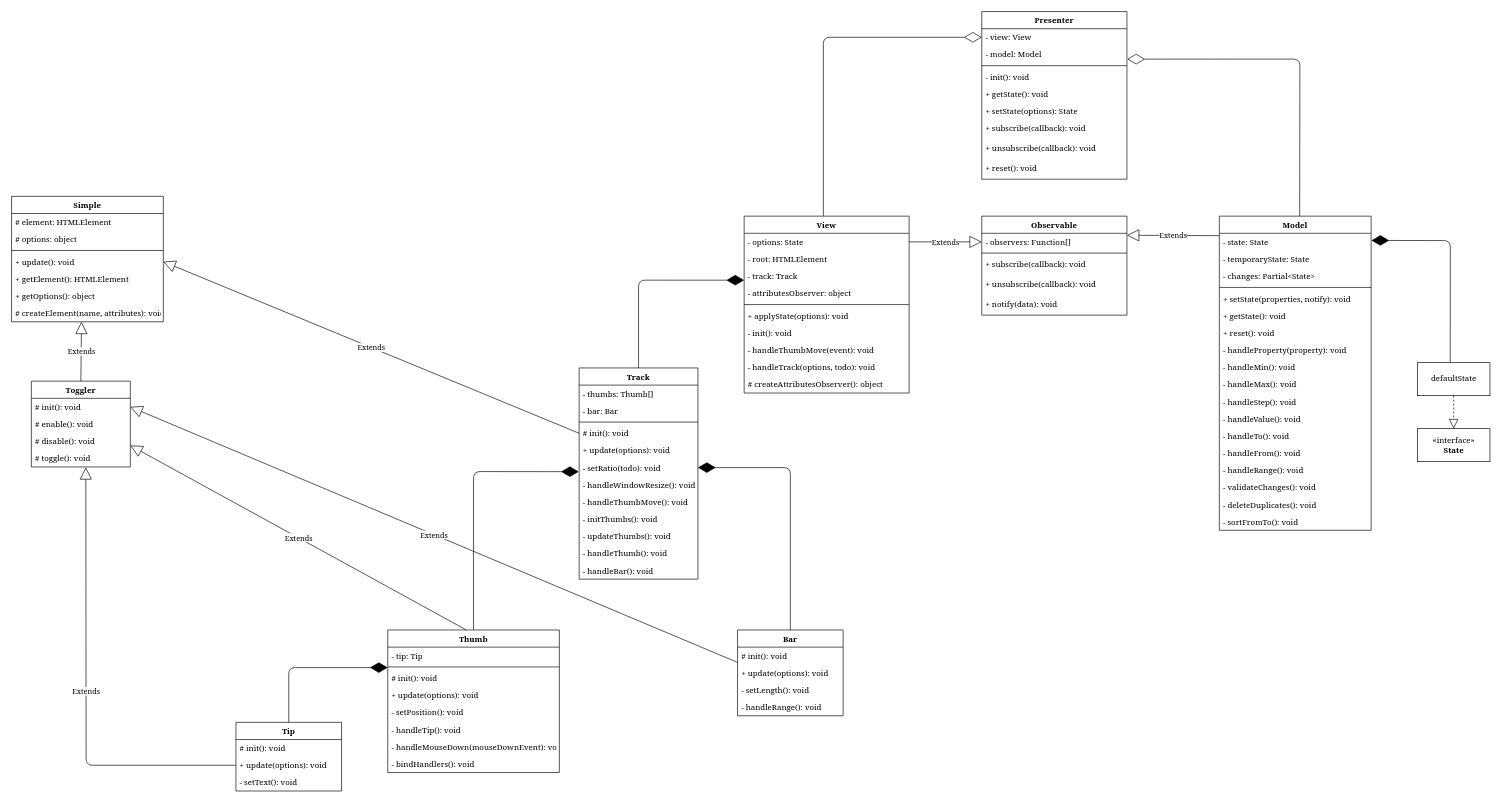
Above: storage/diagram.drawio in AkhmadBabaev/ordinary-slider (draw.io), before the change. Source tidied: cells renumbered, new cells numbered last; positions are measured from the earlier drawing's top-left corner, leaving out a move shared by most shapes. Both pictures are drawn from the tidied source at 66%, with x=0, y=0 at pixel (11, 11).
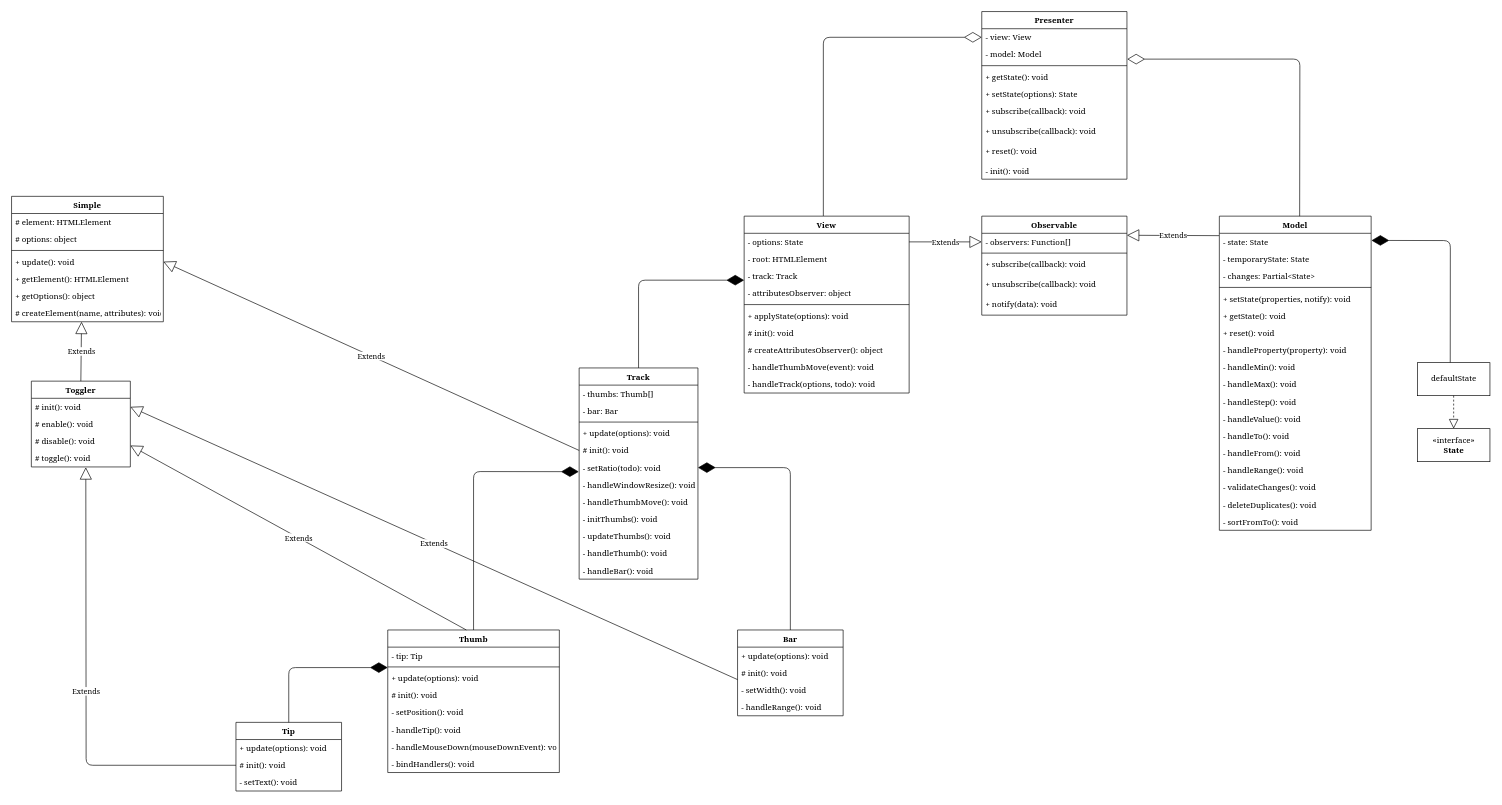
The same diagram, later.

Unchanged cells that the change refers to:
```xml
<mxCell id="2" value="Track" style="swimlane;fontStyle=1;align=center;verticalAlign=top;horizontal=1;startSize=26;labelBackgroundColor=#ffffff;gradientColor=none;snapToPoint=0;fontFamily=Georgia;" parent="1" vertex="1">
  <mxGeometry x="860" y="540" width="180" height="320" as="geometry" />
</mxCell>
<mxCell id="15" value="Thumb" style="swimlane;fontStyle=1;align=center;verticalAlign=top;horizontal=1;startSize=26;labelBackgroundColor=#ffffff;gradientColor=none;snapToPoint=0;fontFamily=Georgia;" parent="1" vertex="1">
  <mxGeometry x="570" y="937" width="260" height="216" as="geometry" />
</mxCell>
<mxCell id="24" value="Bar" style="swimlane;fontStyle=1;align=center;verticalAlign=top;horizontal=1;startSize=26;labelBackgroundColor=#ffffff;gradientColor=none;snapToPoint=0;fontFamily=Georgia;" parent="1" vertex="1">
  <mxGeometry x="1100" y="937" width="160" height="130" as="geometry" />
</mxCell>
<mxCell id="29" value="Tip" style="swimlane;fontStyle=1;align=center;verticalAlign=top;horizontal=1;startSize=26;labelBackgroundColor=#ffffff;gradientColor=none;snapToPoint=0;fontFamily=Georgia;" parent="1" vertex="1">
  <mxGeometry x="340" y="1077" width="160" height="104" as="geometry" />
</mxCell>
<mxCell id="63" value="Presenter" style="swimlane;fontStyle=1;align=center;verticalAlign=top;horizontal=1;startSize=26;labelBackgroundColor=#ffffff;gradientColor=none;fontFamily=Georgia;" parent="1" vertex="1">
  <mxGeometry x="1470" width="220" height="254" as="geometry" />
</mxCell>
<mxCell id="73" value="View" style="swimlane;fontStyle=1;align=center;verticalAlign=top;horizontal=1;startSize=26;fillColor=none;gradientColor=none;snapToPoint=0;fontFamily=Georgia;" parent="1" vertex="1">
  <mxGeometry x="1110" y="310" width="250" height="268" as="geometry" />
</mxCell>
<mxCell id="96" value="# toggle(): void" style="text;strokeColor=none;fillColor=none;align=left;verticalAlign=top;spacingLeft=4;spacingRight=4;overflow=hidden;points=[[0,0.5],[1,0.5]];portConstraint=eastwest;snapToPoint=0;fontFamily=Georgia;" parent="92" vertex="1">
  <mxGeometry y="104" width="150" height="26" as="geometry" />
</mxCell>
```

The edit, as a diff of the source:
```diff
@@
+    <mxCell id="7" value="+ update(options): void" style="text;strokeColor=none;fillColor=none;align=left;verticalAlign=top;spacingLeft=4;spacingRight=4;overflow=hidden;fontFamily=Georgia;" parent="2" vertex="1">
+      <mxGeometry y="86" width="180" height="26" as="geometry" />
+    </mxCell>
     <mxCell id="6" value="# init(): void" style="text;strokeColor=none;fillColor=none;align=left;verticalAlign=top;spacingLeft=4;spacingRight=4;overflow=hidden;points=[[0,0.5],[1,0.5]];portConstraint=eastwest;snapToPoint=0;fontFamily=Georgia;" parent="2" vertex="1">
-      <mxGeometry y="86" width="180" height="26" as="geometry" />
+      <mxGeometry y="112" width="180" height="26" as="geometry" />
     </mxCell>
-    <mxCell id="7" value="+ update(options): void" style="text;strokeColor=none;fillColor=none;align=left;verticalAlign=top;spacingLeft=4;spacingRight=4;overflow=hidden;fontFamily=Georgia;" parent="2" vertex="1">
-      <mxGeometry y="112" width="180" height="26" as="geometry" />
-    </mxCell>
@@
+    <mxCell id="19" value="+ update(options): void" style="text;strokeColor=none;fillColor=none;align=left;verticalAlign=top;spacingLeft=4;spacingRight=4;overflow=hidden;fontFamily=Georgia;" parent="15" vertex="1">
+      <mxGeometry y="60" width="260" height="26" as="geometry" />
+    </mxCell>
     <mxCell id="18" value="# init(): void" style="text;strokeColor=none;fillColor=none;align=left;verticalAlign=top;spacingLeft=4;spacingRight=4;overflow=hidden;fontFamily=Georgia;" parent="15" vertex="1">
-      <mxGeometry y="60" width="260" height="26" as="geometry" />
+      <mxGeometry y="86" width="260" height="26" as="geometry" />
     </mxCell>
-    <mxCell id="19" value="+ update(options): void" style="text;strokeColor=none;fillColor=none;align=left;verticalAlign=top;spacingLeft=4;spacingRight=4;overflow=hidden;fontFamily=Georgia;" parent="15" vertex="1">
-      <mxGeometry y="86" width="260" height="26" as="geometry" />
-    </mxCell>
@@
+    <mxCell id="26" value="+ update(options): void" style="text;strokeColor=none;fillColor=none;align=left;verticalAlign=top;spacingLeft=4;spacingRight=4;overflow=hidden;fontFamily=Georgia;" parent="24" vertex="1">
+      <mxGeometry y="26" width="160" height="26" as="geometry" />
+    </mxCell>
     <mxCell id="25" value="# init(): void" style="text;strokeColor=none;fillColor=none;align=left;verticalAlign=top;spacingLeft=4;spacingRight=4;overflow=hidden;points=[[0,0.5],[1,0.5]];portConstraint=eastwest;snapToPoint=0;fontFamily=Georgia;" parent="24" vertex="1">
-      <mxGeometry y="26" width="160" height="26" as="geometry" />
+      <mxGeometry y="52" width="160" height="26" as="geometry" />
     </mxCell>
-    <mxCell id="26" value="+ update(options): void" style="text;strokeColor=none;fillColor=none;align=left;verticalAlign=top;spacingLeft=4;spacingRight=4;overflow=hidden;fontFamily=Georgia;" parent="24" vertex="1">
-      <mxGeometry y="52" width="160" height="26" as="geometry" />
-    </mxCell>
-    <mxCell id="27" value="- setLength(): void" style="text;strokeColor=none;fillColor=none;align=left;verticalAlign=top;spacingLeft=4;spacingRight=4;overflow=hidden;fontFamily=Georgia;" parent="24" vertex="1">
+    <mxCell id="27" value="- setWidth(): void" style="text;strokeColor=none;fillColor=none;align=left;verticalAlign=top;spacingLeft=4;spacingRight=4;overflow=hidden;fontFamily=Georgia;" parent="24" vertex="1">
       <mxGeometry y="78" width="160" height="26" as="geometry" />
     </mxCell>
@@
+    <mxCell id="31" value="+ update(options): void" style="text;strokeColor=none;fillColor=none;align=left;verticalAlign=top;spacingLeft=4;spacingRight=4;overflow=hidden;points=[[0,0.5],[1,0.5]];portConstraint=eastwest;snapToPoint=0;fontFamily=Georgia;" parent="29" vertex="1">
+      <mxGeometry y="26" width="160" height="26" as="geometry" />
+    </mxCell>
     <mxCell id="30" value="# init(): void" style="text;strokeColor=none;fillColor=none;align=left;verticalAlign=top;spacingLeft=4;spacingRight=4;overflow=hidden;points=[[0,0.5],[1,0.5]];portConstraint=eastwest;snapToPoint=0;fontFamily=Georgia;" parent="29" vertex="1">
-      <mxGeometry y="26" width="160" height="26" as="geometry" />
+      <mxGeometry y="52" width="160" height="26" as="geometry" />
     </mxCell>
-    <mxCell id="31" value="+ update(options): void" style="text;strokeColor=none;fillColor=none;align=left;verticalAlign=top;spacingLeft=4;spacingRight=4;overflow=hidden;points=[[0,0.5],[1,0.5]];portConstraint=eastwest;snapToPoint=0;fontFamily=Georgia;" parent="29" vertex="1">
-      <mxGeometry y="52" width="160" height="26" as="geometry" />
-    </mxCell>
@@
-    <mxCell id="67" value="- init(): void" style="text;strokeColor=none;fillColor=none;align=left;verticalAlign=top;spacingLeft=4;spacingRight=4;overflow=hidden;fontFamily=Georgia;" parent="63" vertex="1">
-      <mxGeometry y="86" width="220" height="26" as="geometry" />
-    </mxCell>
     <mxCell id="68" value="+ getState(): void" style="text;strokeColor=none;fillColor=none;align=left;verticalAlign=top;spacingLeft=4;spacingRight=4;overflow=hidden;fontFamily=Georgia;" parent="63" vertex="1">
-      <mxGeometry y="112" width="220" height="26" as="geometry" />
+      <mxGeometry y="86" width="220" height="26" as="geometry" />
     </mxCell>
     <mxCell id="69" value="+ setState(options): State" style="text;strokeColor=none;fillColor=none;align=left;verticalAlign=top;spacingLeft=4;spacingRight=4;overflow=hidden;fontFamily=Georgia;" parent="63" vertex="1">
-      <mxGeometry y="138" width="220" height="26" as="geometry" />
+      <mxGeometry y="112" width="220" height="26" as="geometry" />
     </mxCell>
     <mxCell id="70" value="+ subscribe(callback): void" style="text;strokeColor=none;fillColor=none;align=left;verticalAlign=top;spacingLeft=4;spacingRight=4;overflow=hidden;fontFamily=Georgia;" parent="63" vertex="1">
-      <mxGeometry y="164" width="220" height="30" as="geometry" />
+      <mxGeometry y="138" width="220" height="30" as="geometry" />
     </mxCell>
     <mxCell id="71" value="+ unsubscribe(callback): void" style="text;strokeColor=none;fillColor=none;align=left;verticalAlign=top;spacingLeft=4;spacingRight=4;overflow=hidden;fontFamily=Georgia;" parent="63" vertex="1">
-      <mxGeometry y="194" width="220" height="30" as="geometry" />
+      <mxGeometry y="168" width="220" height="30" as="geometry" />
     </mxCell>
     <mxCell id="72" value="+ reset(): void" style="text;strokeColor=none;fillColor=none;align=left;verticalAlign=top;spacingLeft=4;spacingRight=4;overflow=hidden;fontFamily=Georgia;" parent="63" vertex="1">
-      <mxGeometry y="224" width="220" height="30" as="geometry" />
+      <mxGeometry y="198" width="220" height="30" as="geometry" />
     </mxCell>
+    <mxCell id="67" value="- init(): void" style="text;strokeColor=none;fillColor=none;align=left;verticalAlign=top;spacingLeft=4;spacingRight=4;overflow=hidden;fontFamily=Georgia;" parent="63" vertex="1">
+      <mxGeometry y="228" width="220" height="26" as="geometry" />
+    </mxCell>
@@
-    <mxCell id="80" value="- init(): void" style="text;strokeColor=none;fillColor=none;align=left;verticalAlign=top;spacingLeft=4;spacingRight=4;overflow=hidden;fontFamily=Georgia;" parent="73" vertex="1">
+    <mxCell id="80" value="# init(): void" style="text;strokeColor=none;fillColor=none;align=left;verticalAlign=top;spacingLeft=4;spacingRight=4;overflow=hidden;fontFamily=Georgia;" parent="73" vertex="1">
       <mxGeometry y="164" width="250" height="26" as="geometry" />
     </mxCell>
+    <mxCell id="83" value="# createAttributesObserver(): object" style="text;strokeColor=none;fillColor=none;align=left;verticalAlign=top;spacingLeft=4;spacingRight=4;overflow=hidden;fontFamily=Georgia;" parent="73" vertex="1">
+      <mxGeometry y="190" width="250" height="26" as="geometry" />
+    </mxCell>
     <mxCell id="81" value="- handleThumbMove(event): void" style="text;strokeColor=none;fillColor=none;align=left;verticalAlign=top;spacingLeft=4;spacingRight=4;overflow=hidden;fontFamily=Georgia;" parent="73" vertex="1">
-      <mxGeometry y="190" width="250" height="26" as="geometry" />
+      <mxGeometry y="216" width="250" height="26" as="geometry" />
     </mxCell>
     <mxCell id="82" value="- handleTrack(options, todo): void" style="text;strokeColor=none;fillColor=none;align=left;verticalAlign=top;spacingLeft=4;spacingRight=4;overflow=hidden;fontFamily=Georgia;" parent="73" vertex="1">
-      <mxGeometry y="216" width="250" height="26" as="geometry" />
+      <mxGeometry y="242" width="250" height="26" as="geometry" />
     </mxCell>
-    <mxCell id="83" value="# createAttributesObserver(): object" style="text;strokeColor=none;fillColor=none;align=left;verticalAlign=top;spacingLeft=4;spacingRight=4;overflow=hidden;fontFamily=Georgia;" parent="73" vertex="1">
-      <mxGeometry y="242" width="250" height="26" as="geometry" />
-    </mxCell>
@@
-    <mxCell id="98" value="Extends" style="endArrow=block;endSize=16;endFill=0;html=1;exitX=0;exitY=0.5;exitDx=0;exitDy=0;snapToPoint=0;fontFamily=Georgia;entryX=0.55;entryY=1.019;entryDx=0;entryDy=0;entryPerimeter=0;" parent="1" edge="1" source="31" target="96">
+    <mxCell id="98" value="Extends" style="endArrow=block;endSize=16;endFill=0;html=1;exitX=0;exitY=0.5;exitDx=0;exitDy=0;snapToPoint=0;fontFamily=Georgia;entryX=0.55;entryY=1.019;entryDx=0;entryDy=0;entryPerimeter=0;" parent="1" edge="1" source="30" target="96">
       <mxGeometry relative="1" as="geometry">
         <Array as="points">
           <mxPoint x="113" y="1142" />
         </Array>
       </mxGeometry>
     </mxCell>
```
